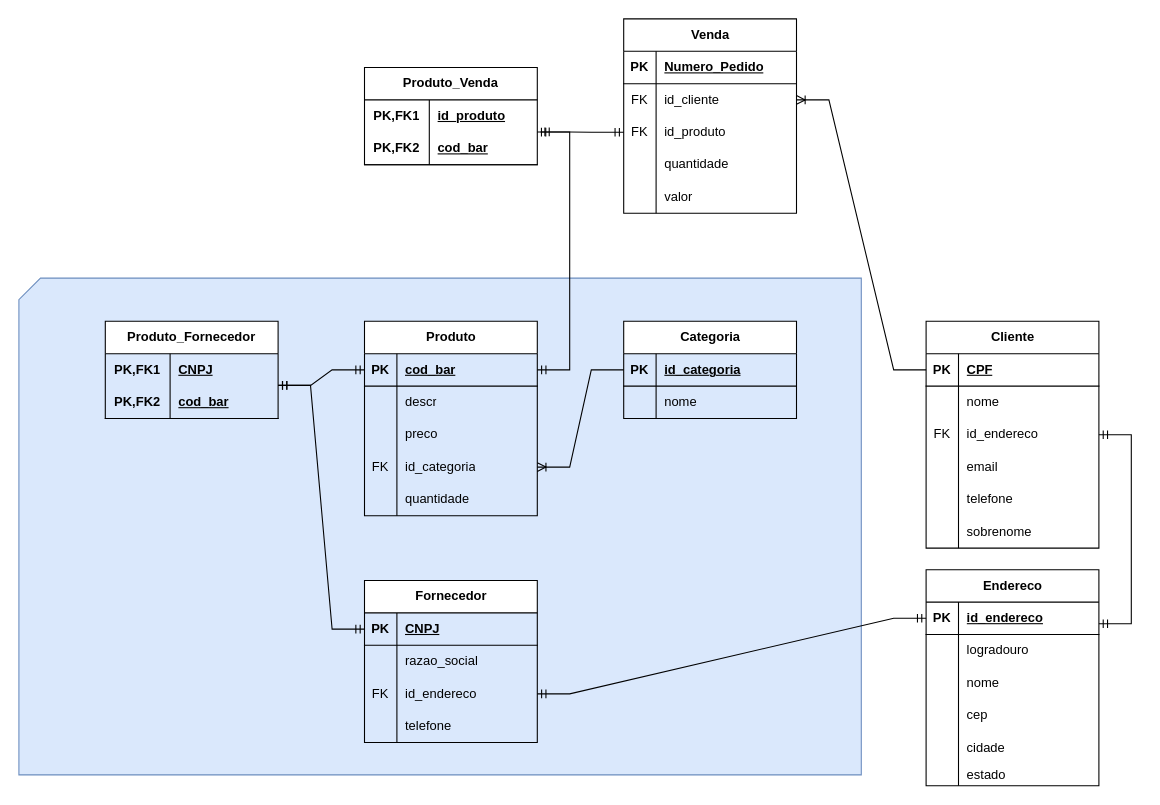
This is Untitled Diagram.drawio from giuliano435/draw.io, a draw.io file, before an edit. Source tidied: cells renumbered, new cells numbered last; positions are measured from the earlier drawing's top-left corner, leaving out a move shared by most shapes. Both pictures are drawn from the tidied source at 108%, with x=0, y=0 at pixel (18, 18).
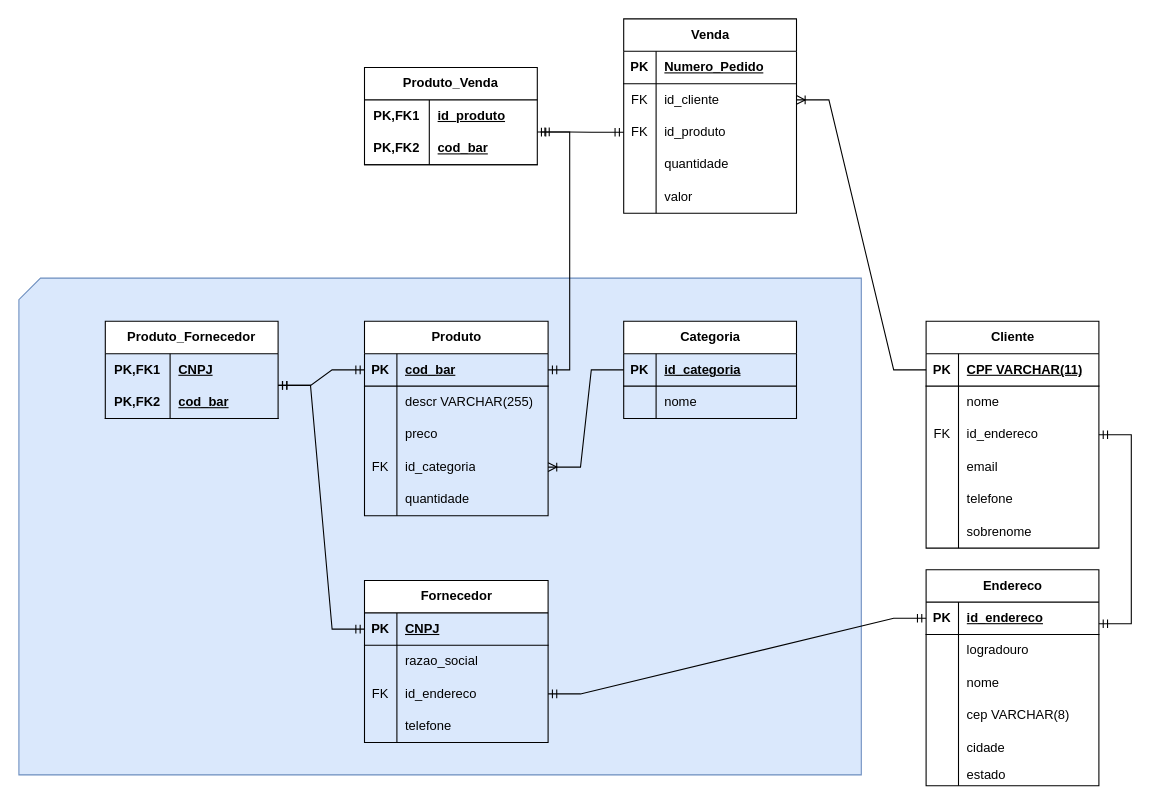
The same page after the edit.

Commit message:
kEY eLEMENTS

The change refers to these unchanged cells:
```xml
<mxCell id="50" style="shape=tableRow;horizontal=0;startSize=0;swimlaneHead=0;swimlaneBody=0;fillColor=none;points=[[0,0.5],[1,0.5]];portConstraint=eastwest;top=0;left=0;right=0;bottom=1;" parent="49" vertex="1">
  <mxGeometry y="30" width="160" height="30" as="geometry" />
</mxCell>
<mxCell id="78" style="shape=tableRow;horizontal=0;startSize=0;swimlaneHead=0;swimlaneBody=0;fillColor=none;top=0;left=0;right=0;bottom=0;" parent="68" vertex="1">
  <mxGeometry y="120" width="160" height="30" as="geometry" />
</mxCell>
```

What changed in the source:
```diff
@@
     <mxCell id="3" value="Produto" style="shape=table;startSize=30;childLayout=tableLayout;rowLines=0;fontStyle=1;align=center;html=1;" parent="1" vertex="1">
-      <mxGeometry x="320" y="280" width="160" height="180" as="geometry" />
+      <mxGeometry x="320" y="280" width="170" height="180" as="geometry" />
     </mxCell>
     <mxCell id="4" style="shape=tableRow;horizontal=0;startSize=0;swimlaneHead=0;swimlaneBody=0;fillColor=none;points=[[0,0.5],[1,0.5]];portConstraint=eastwest;top=0;left=0;right=0;bottom=1;" parent="3" vertex="1">
-      <mxGeometry y="30" width="160" height="30" as="geometry" />
+      <mxGeometry y="30" width="170" height="30" as="geometry" />
     </mxCell>
@@
     <mxCell id="6" value="cod_bar" style="shape=partialRectangle;fillColor=none;top=0;left=0;bottom=0;right=0;align=left;spacingLeft=6;fontStyle=5;overflow=hidden;whiteSpace=wrap;html=1;" parent="4" vertex="1">
-      <mxGeometry x="30" width="130" height="30" as="geometry" />
+      <mxGeometry x="30" width="140" height="30" as="geometry" />
     </mxCell>
     <mxCell id="7" style="shape=tableRow;horizontal=0;startSize=0;swimlaneHead=0;swimlaneBody=0;fillColor=none;top=0;left=0;right=0;bottom=0;" parent="3" vertex="1">
-      <mxGeometry y="60" width="160" height="30" as="geometry" />
+      <mxGeometry y="60" width="170" height="30" as="geometry" />
     </mxCell>
@@
-    <mxCell id="9" value="descr" style="shape=partialRectangle;fillColor=none;top=0;left=0;bottom=0;right=0;align=left;spacingLeft=6;overflow=hidden;whiteSpace=wrap;html=1;" parent="7" vertex="1">
-      <mxGeometry x="30" width="130" height="30" as="geometry" />
+    <mxCell id="9" value="descr VARCHAR(255)" style="shape=partialRectangle;fillColor=none;top=0;left=0;bottom=0;right=0;align=left;spacingLeft=6;overflow=hidden;whiteSpace=wrap;html=1;" parent="7" vertex="1">
+      <mxGeometry x="30" width="140" height="30" as="geometry" />
     </mxCell>
     <mxCell id="10" style="shape=tableRow;horizontal=0;startSize=0;swimlaneHead=0;swimlaneBody=0;fillColor=none;top=0;left=0;right=0;bottom=0;" parent="3" vertex="1">
-      <mxGeometry y="90" width="160" height="30" as="geometry" />
+      <mxGeometry y="90" width="170" height="30" as="geometry" />
     </mxCell>
@@
     <mxCell id="12" value="preco" style="shape=partialRectangle;fillColor=none;top=0;left=0;bottom=0;right=0;align=left;spacingLeft=6;overflow=hidden;whiteSpace=wrap;html=1;" parent="10" vertex="1">
-      <mxGeometry x="30" width="130" height="30" as="geometry" />
+      <mxGeometry x="30" width="140" height="30" as="geometry" />
     </mxCell>
     <mxCell id="13" style="shape=tableRow;horizontal=0;startSize=0;swimlaneHead=0;swimlaneBody=0;fillColor=none;points=[[0,0.5],[1,0.5]];portConstraint=eastwest;top=0;left=0;right=0;bottom=0;" parent="3" vertex="1">
-      <mxGeometry y="120" width="160" height="30" as="geometry" />
+      <mxGeometry y="120" width="170" height="30" as="geometry" />
     </mxCell>
@@
     <mxCell id="15" value="id_categoria" style="shape=partialRectangle;fillColor=none;top=0;left=0;bottom=0;right=0;align=left;spacingLeft=6;overflow=hidden;whiteSpace=wrap;html=1;" parent="13" vertex="1">
-      <mxGeometry x="30" width="130" height="30" as="geometry" />
+      <mxGeometry x="30" width="140" height="30" as="geometry" />
     </mxCell>
     <mxCell id="16" style="shape=tableRow;horizontal=0;startSize=0;swimlaneHead=0;swimlaneBody=0;fillColor=none;top=0;left=0;right=0;bottom=0;" parent="3" vertex="1">
-      <mxGeometry y="150" width="160" height="30" as="geometry" />
+      <mxGeometry y="150" width="170" height="30" as="geometry" />
     </mxCell>
@@
     <mxCell id="18" value="quantidade" style="shape=partialRectangle;fillColor=none;top=0;left=0;bottom=0;right=0;align=left;spacingLeft=6;overflow=hidden;whiteSpace=wrap;html=1;" parent="16" vertex="1">
-      <mxGeometry x="30" width="130" height="30" as="geometry" />
+      <mxGeometry x="30" width="140" height="30" as="geometry" />
     </mxCell>
@@
     <mxCell id="27" value="Fornecedor" style="shape=table;startSize=30;childLayout=tableLayout;rowLines=0;fontStyle=1;align=center;html=1;" parent="1" vertex="1">
-      <mxGeometry x="320" y="520" width="160" height="150" as="geometry" />
+      <mxGeometry x="320" y="520" width="170" height="150" as="geometry" />
     </mxCell>
     <mxCell id="28" style="shape=tableRow;horizontal=0;startSize=0;swimlaneHead=0;swimlaneBody=0;fillColor=none;points=[[0,0.5],[1,0.5]];portConstraint=eastwest;top=0;left=0;right=0;bottom=1;" parent="27" vertex="1">
-      <mxGeometry y="30" width="160" height="30" as="geometry" />
+      <mxGeometry y="30" width="170" height="30" as="geometry" />
     </mxCell>
@@
     <mxCell id="30" value="CNPJ" style="shape=partialRectangle;fillColor=none;top=0;left=0;bottom=0;right=0;align=left;spacingLeft=6;fontStyle=5;overflow=hidden;whiteSpace=wrap;html=1;" parent="28" vertex="1">
-      <mxGeometry x="30" width="130" height="30" as="geometry" />
+      <mxGeometry x="30" width="140" height="30" as="geometry" />
     </mxCell>
     <mxCell id="31" style="shape=tableRow;horizontal=0;startSize=0;swimlaneHead=0;swimlaneBody=0;fillColor=none;top=0;left=0;right=0;bottom=0;" parent="27" vertex="1">
-      <mxGeometry y="60" width="160" height="30" as="geometry" />
+      <mxGeometry y="60" width="170" height="30" as="geometry" />
     </mxCell>
@@
     <mxCell id="33" value="razao_social" style="shape=partialRectangle;fillColor=none;top=0;left=0;bottom=0;right=0;align=left;spacingLeft=6;overflow=hidden;whiteSpace=wrap;html=1;" parent="31" vertex="1">
-      <mxGeometry x="30" width="130" height="30" as="geometry" />
+      <mxGeometry x="30" width="140" height="30" as="geometry" />
     </mxCell>
     <mxCell id="34" style="shape=tableRow;horizontal=0;startSize=0;swimlaneHead=0;swimlaneBody=0;fillColor=none;points=[[0,0.5],[1,0.5]];portConstraint=eastwest;top=0;left=0;right=0;bottom=0;" parent="27" vertex="1">
-      <mxGeometry y="90" width="160" height="30" as="geometry" />
+      <mxGeometry y="90" width="170" height="30" as="geometry" />
     </mxCell>
@@
     <mxCell id="36" value="id_endereco" style="shape=partialRectangle;fillColor=none;top=0;left=0;bottom=0;right=0;align=left;spacingLeft=6;overflow=hidden;whiteSpace=wrap;html=1;" parent="34" vertex="1">
-      <mxGeometry x="30" width="130" height="30" as="geometry" />
+      <mxGeometry x="30" width="140" height="30" as="geometry" />
     </mxCell>
     <mxCell id="37" style="shape=tableRow;horizontal=0;startSize=0;swimlaneHead=0;swimlaneBody=0;fillColor=none;top=0;left=0;right=0;bottom=0;" parent="27" vertex="1">
-      <mxGeometry y="120" width="160" height="30" as="geometry" />
+      <mxGeometry y="120" width="170" height="30" as="geometry" />
     </mxCell>
@@
     <mxCell id="39" value="telefone" style="shape=partialRectangle;fillColor=none;top=0;left=0;bottom=0;right=0;align=left;spacingLeft=6;overflow=hidden;whiteSpace=wrap;html=1;" parent="37" vertex="1">
-      <mxGeometry x="30" width="130" height="30" as="geometry" />
+      <mxGeometry x="30" width="140" height="30" as="geometry" />
     </mxCell>
@@
-    <mxCell id="52" value="CPF" style="shape=partialRectangle;fillColor=none;top=0;left=0;bottom=0;right=0;align=left;spacingLeft=6;fontStyle=5;overflow=hidden;whiteSpace=wrap;html=1;" parent="50" vertex="1">
+    <mxCell id="52" value="CPF VARCHAR(11)" style="shape=partialRectangle;fillColor=none;top=0;left=0;bottom=0;right=0;align=left;spacingLeft=6;fontStyle=5;overflow=hidden;whiteSpace=wrap;html=1;" parent="50" vertex="1">
       <mxGeometry x="30" width="130" height="30" as="geometry" />
     </mxCell>
@@
-    <mxCell id="80" value="cep" style="shape=partialRectangle;fillColor=none;top=0;left=0;bottom=0;right=0;align=left;spacingLeft=6;overflow=hidden;whiteSpace=wrap;html=1;" parent="78" vertex="1">
+    <mxCell id="80" value="cep VARCHAR(8)" style="shape=partialRectangle;fillColor=none;top=0;left=0;bottom=0;right=0;align=left;spacingLeft=6;overflow=hidden;whiteSpace=wrap;html=1;" parent="78" vertex="1">
       <mxGeometry x="30" width="130" height="30" as="geometry" />
     </mxCell>
```
